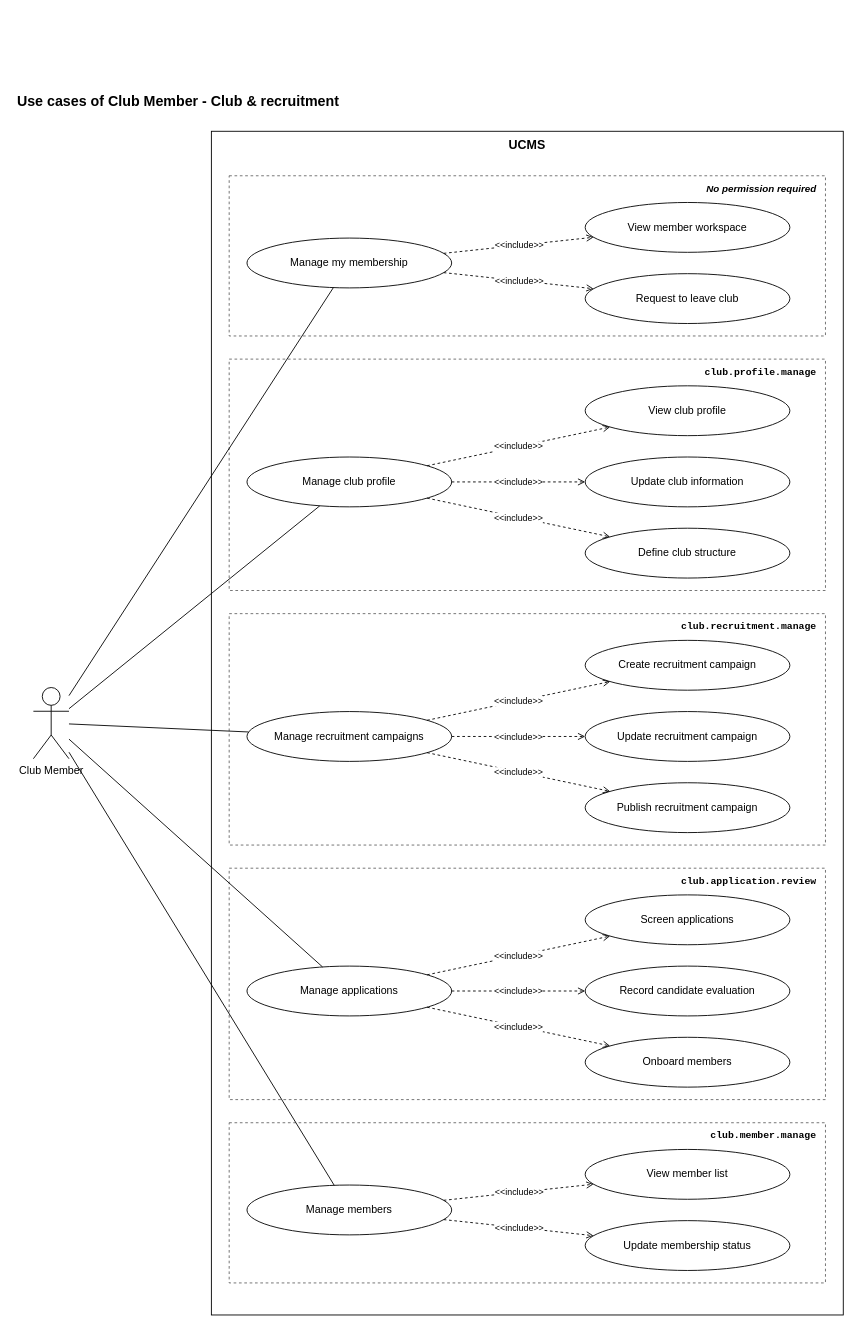
nvdekay/ClubManagementSystem keeps this draw.io diagram as page "Club Member 1 - Club & recruitment" (4 of 9) of docs/03-diagrams/UCMS_UseCase_ByActor.drawio. Above is the earlier version. Source tidied: cells renumbered, new cells numbered last; positions are measured from the earlier drawing's top-left corner, leaving out a move shared by most shapes. Both pictures are drawn from the tidied source at 89%, with x=0, y=0 at pixel (15, 86).
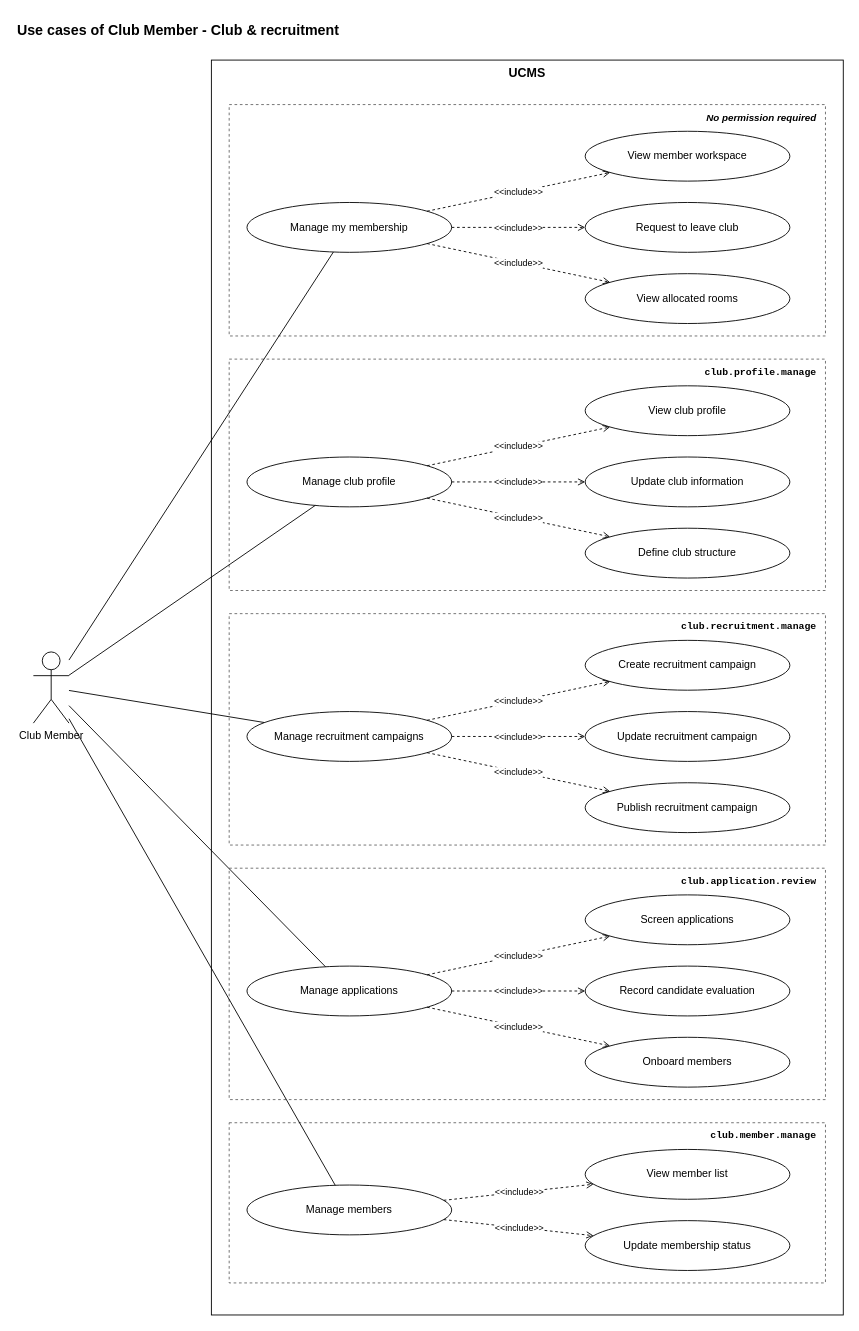
Above is the later version.

Change to the diagram source:
```diff
@@
     <mxCell id="2" value="Use cases of Club Member - Club &amp; recruitment" style="text;html=1;fontStyle=1;fontSize=16;align=left;" parent="1" vertex="1">
-      <mxGeometry width="900" height="30" as="geometry" />
+      <mxGeometry y="-80" width="900" height="30" as="geometry" />
     </mxCell>
     <mxCell id="3" value="UCMS" style="rounded=0;whiteSpace=wrap;html=1;fillColor=none;strokeColor=#000000;verticalAlign=top;fontStyle=1;fontSize=14;" parent="1" vertex="1">
-      <mxGeometry x="220" y="50" width="710" height="1330" as="geometry" />
+      <mxGeometry x="220" y="-30" width="710" height="1410" as="geometry" />
     </mxCell>
     <mxCell id="4" value="Club Member" style="shape=umlActor;verticalLabelPosition=bottom;verticalAlign=top;html=1;outlineConnect=0;fillColor=#ffffff;strokeColor=#000000;" parent="1" vertex="1">
-      <mxGeometry x="20" y="675" width="40" height="80" as="geometry" />
+      <mxGeometry x="20" y="635" width="40" height="80" as="geometry" />
     </mxCell>
     <mxCell id="5" value="No permission required" style="rounded=0;whiteSpace=wrap;html=1;fillColor=none;strokeColor=#666666;dashed=1;verticalAlign=top;align=right;spacingRight=8;spacingTop=2;fontSize=11;fontStyle=3;" parent="1" vertex="1">
-      <mxGeometry x="240" y="100" width="670" height="180" as="geometry" />
+      <mxGeometry x="240" y="20" width="670" height="260" as="geometry" />
     </mxCell>
@@
     <mxCell id="10" value="Manage my membership" style="ellipse;whiteSpace=wrap;html=1;fillColor=#ffffff;strokeColor=#000000;fontSize=12;" parent="1" vertex="1">
-      <mxGeometry x="260" y="170" width="230" height="56" as="geometry" />
+      <mxGeometry x="260" y="130" width="230" height="56" as="geometry" />
     </mxCell>
@@
     <mxCell id="12" value="View member workspace" style="ellipse;whiteSpace=wrap;html=1;fillColor=#ffffff;strokeColor=#000000;fontSize=12;" parent="1" vertex="1">
-      <mxGeometry x="640" y="130" width="230" height="56" as="geometry" />
+      <mxGeometry x="640" y="50" width="230" height="56" as="geometry" />
     </mxCell>
@@
     <mxCell id="14" value="Request to leave club" style="ellipse;whiteSpace=wrap;html=1;fillColor=#ffffff;strokeColor=#000000;fontSize=12;" parent="1" vertex="1">
-      <mxGeometry x="640" y="210" width="230" height="56" as="geometry" />
+      <mxGeometry x="640" y="130" width="230" height="56" as="geometry" />
     </mxCell>
@@
+    <mxCell id="46" value="View allocated rooms" style="ellipse;whiteSpace=wrap;html=1;fillColor=#ffffff;strokeColor=#000000;fontSize=12;" parent="1" vertex="1">
+      <mxGeometry x="640" y="210" width="230" height="56" as="geometry" />
+    </mxCell>
+    <mxCell id="47" value="&amp;lt;&amp;lt;include&amp;gt;&amp;gt;" style="endArrow=open;dashed=1;html=1;strokeColor=#000000;fontSize=10;labelBackgroundColor=#ffffff;" parent="1" edge="1" source="10" target="46">
+      <mxGeometry relative="1" as="geometry" />
+    </mxCell>
```
